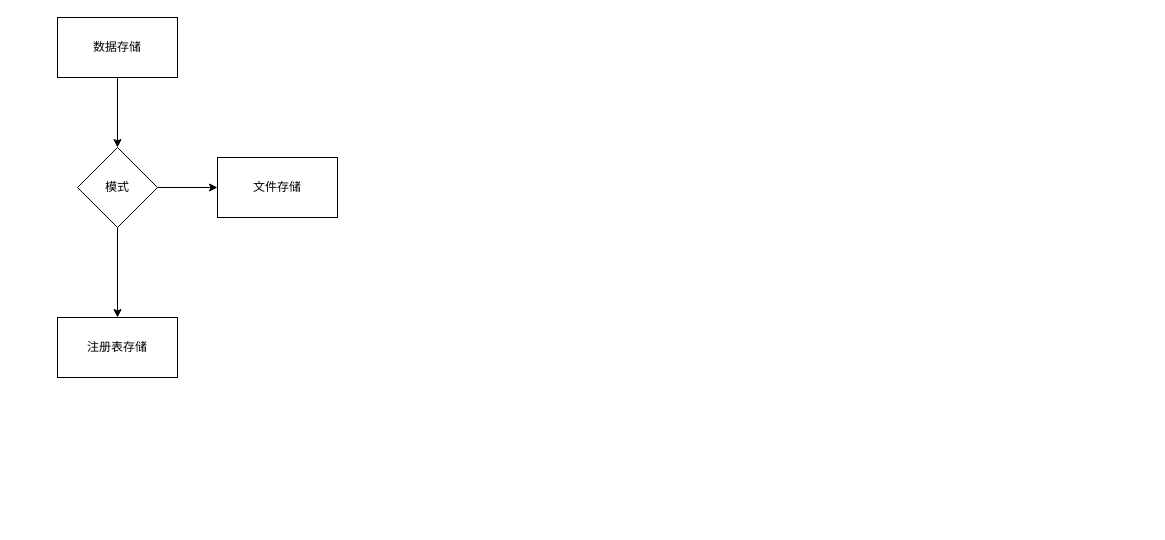
Earlier version of the draw.io diagram GameFramework/数据存储.drawio (xzp3094997376/DrawIO). Source tidied: cells renumbered, new cells numbered last; positions are measured from the earlier drawing's top-left corner, leaving out a move shared by most shapes. Both pictures are drawn from the tidied source at 100%, with x=0, y=0 at pixel (57, 17).
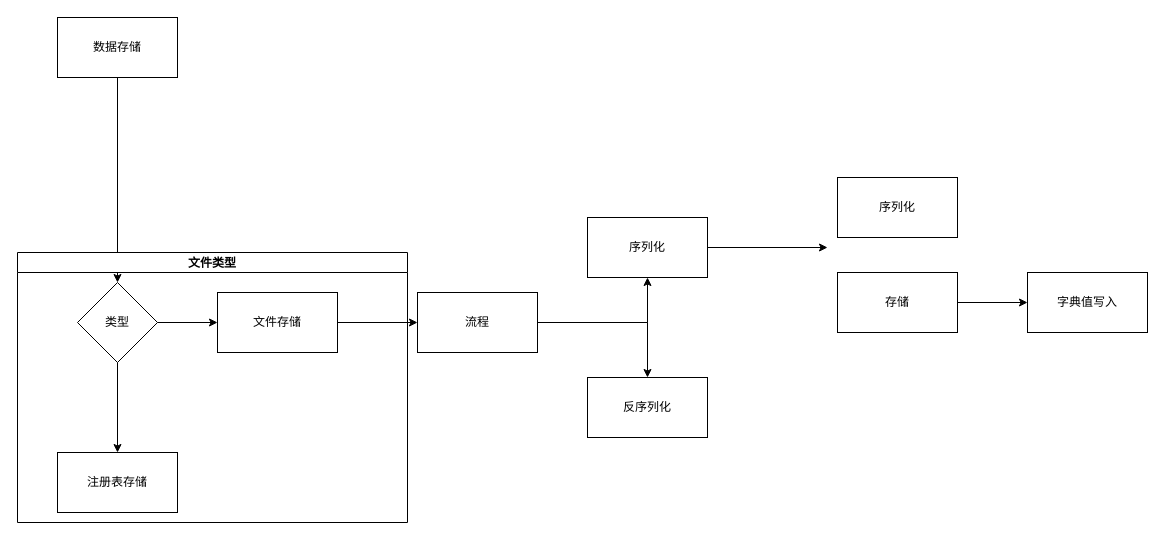
The same page after the edit.

The edit, as a diff of the source:
```diff
@@
-    <mxCell id="4" style="edgeStyle=orthogonalEdgeStyle;rounded=0;jettySize=auto;html=1;" parent="1" edge="1" source="6" target="7">
-      <mxGeometry relative="1" as="geometry" />
-    </mxCell>
-    <mxCell id="5" style="edgeStyle=orthogonalEdgeStyle;rounded=0;jettySize=auto;html=1;" parent="1" edge="1" source="6" target="8">
-      <mxGeometry relative="1" as="geometry" />
-    </mxCell>
+    <mxCell id="9" style="group;" parent="1" vertex="1">
+      <mxGeometry x="-40" y="235" width="520" height="270" as="geometry" />
+    </mxCell>
+    <mxCell id="10" style="group;" parent="9" vertex="1">
+      <mxGeometry width="390" height="270" as="geometry" />
+    </mxCell>
-    <mxCell id="6" value="模式&lt;br&gt;" style="rhombus;whiteSpace=wrap;html=1;rounded=0;" parent="1" vertex="1">
-      <mxGeometry x="20" y="130" width="80" height="80" as="geometry" />
+    <mxCell id="6" value="类型" style="rhombus;whiteSpace=wrap;html=1;rounded=0;" parent="10" vertex="1">
+      <mxGeometry x="60" y="30" width="80" height="80" as="geometry" />
     </mxCell>
-    <mxCell id="7" value="注册表存储" style="whiteSpace=wrap;html=1;rounded=0;" parent="1" vertex="1">
-      <mxGeometry y="300" width="120" height="60" as="geometry" />
+    <mxCell id="7" value="注册表存储" style="whiteSpace=wrap;html=1;rounded=0;" parent="10" vertex="1">
+      <mxGeometry x="40" y="200" width="120" height="60" as="geometry" />
     </mxCell>
+    <mxCell id="4" style="edgeStyle=orthogonalEdgeStyle;rounded=0;jettySize=auto;html=1;" parent="10" edge="1" source="6" target="7">
+      <mxGeometry relative="1" as="geometry" />
+    </mxCell>
-    <mxCell id="8" value="文件存储" style="whiteSpace=wrap;html=1;rounded=0;" parent="1" vertex="1">
-      <mxGeometry x="160" y="140" width="120" height="60" as="geometry" />
+    <mxCell id="8" value="文件存储" style="whiteSpace=wrap;html=1;rounded=0;" parent="10" vertex="1">
+      <mxGeometry x="200" y="40" width="120" height="60" as="geometry" />
     </mxCell>
+    <mxCell id="5" style="edgeStyle=orthogonalEdgeStyle;rounded=0;jettySize=auto;html=1;" parent="10" edge="1" source="6" target="8">
+      <mxGeometry relative="1" as="geometry" />
+    </mxCell>
+    <mxCell id="11" value="文件类型" style="swimlane;startSize=20;" parent="10" vertex="1">
+      <mxGeometry width="390" height="270" as="geometry" />
+    </mxCell>
+    <mxCell id="12" value="流程" style="whiteSpace=wrap;html=1;rounded=0;" parent="9" vertex="1">
+      <mxGeometry x="400" y="40" width="120" height="60" as="geometry" />
+    </mxCell>
+    <mxCell id="13" style="edgeStyle=orthogonalEdgeStyle;rounded=0;jettySize=auto;html=1;" parent="9" edge="1" source="8" target="12">
+      <mxGeometry relative="1" as="geometry" />
+    </mxCell>
+    <mxCell id="14" style="edgeStyle=orthogonalEdgeStyle;rounded=0;jettySize=auto;html=1;" parent="1" edge="1" source="12" target="16">
+      <mxGeometry relative="1" as="geometry" />
+    </mxCell>
+    <mxCell id="15" style="group;" parent="1" vertex="1">
+      <mxGeometry x="530" y="160" width="560" height="155" as="geometry" />
+    </mxCell>
+    <mxCell id="16" value="序列化" style="whiteSpace=wrap;html=1;rounded=0;" parent="15" vertex="1">
+      <mxGeometry y="40" width="120" height="60" as="geometry" />
+    </mxCell>
+    <mxCell id="17" style="group;" parent="15" vertex="1">
+      <mxGeometry x="250" width="310" height="155" as="geometry" />
+    </mxCell>
+    <mxCell id="18" value="序列化" style="whiteSpace=wrap;html=1;rounded=0;" parent="17" vertex="1">
+      <mxGeometry width="120" height="60" as="geometry" />
+    </mxCell>
+    <mxCell id="19" value="存储" style="whiteSpace=wrap;html=1;rounded=0;" parent="17" vertex="1">
+      <mxGeometry y="95" width="120" height="60" as="geometry" />
+    </mxCell>
+    <mxCell id="20" value="字典值写入" style="whiteSpace=wrap;html=1;rounded=0;" parent="17" vertex="1">
+      <mxGeometry x="190" y="95" width="120" height="60" as="geometry" />
+    </mxCell>
+    <mxCell id="21" style="edgeStyle=orthogonalEdgeStyle;rounded=0;jettySize=auto;html=1;" parent="17" edge="1" source="19" target="20">
+      <mxGeometry relative="1" as="geometry" />
+    </mxCell>
+    <mxCell id="22" style="endArrow=classic;html=1;rounded=0;" parent="15" edge="1" source="16">
+      <mxGeometry relative="1" as="geometry">
+        <mxPoint x="240" y="70" as="targetPoint" />
+      </mxGeometry>
+    </mxCell>
+    <mxCell id="23" value="反序列化" style="whiteSpace=wrap;html=1;rounded=0;" parent="1" vertex="1">
+      <mxGeometry x="530" y="360" width="120" height="60" as="geometry" />
+    </mxCell>
+    <mxCell id="24" style="edgeStyle=orthogonalEdgeStyle;rounded=0;jettySize=auto;html=1;" parent="1" edge="1" source="12" target="23">
+      <mxGeometry relative="1" as="geometry" />
+    </mxCell>
```
